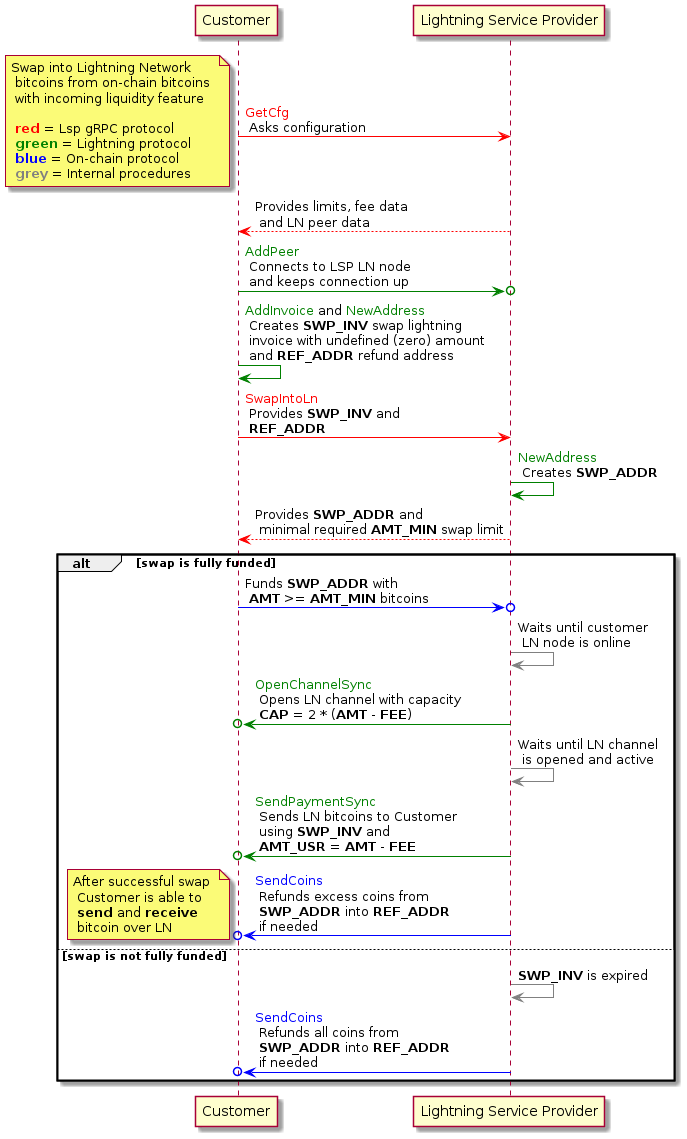
Before: btc-lsp/docs/plantuml/Lsp-Swap-Into-Ln.png, a diagram exported from PlantUML (coingaming/dev).
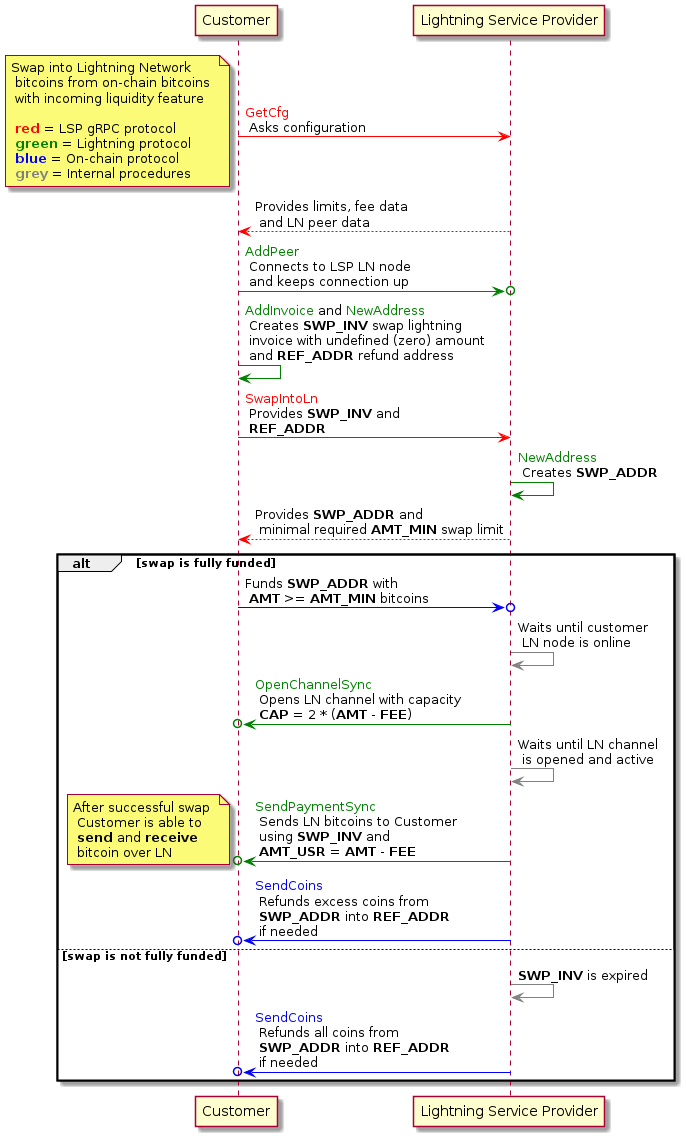
The same diagram one commit later.

Commit message:
fix diagrams and presentations slides

Diff of the diagram source:
```diff
@@ -1,31 +1,31 @@
 @startuml
 
 participant Customer
-participant "Lightning Service Provider" as Lsp
+participant "Lightning Service Provider" as LSP
 
-Customer -[#red]> Lsp: <color #red>GetCfg</color> \n Asks configuration
+Customer -[#red]> LSP: <color #red>GetCfg</color> \n Asks configuration
 
-note left: Swap into Lightning Network \n bitcoins from on-chain bitcoins \n with incoming liquidity feature \n\n <color #red>**red**</color> = Lsp gRPC protocol \n <color #green>**green**</color> = Lightning protocol \n <color #blue>**blue**</color> = On-chain protocol \n <color #grey>**grey**</color> = Internal procedures
+note left: Swap into Lightning Network \n bitcoins from on-chain bitcoins \n with incoming liquidity feature \n\n <color #red>**red**</color> = LSP gRPC protocol \n <color #green>**green**</color> = Lightning protocol \n <color #blue>**blue**</color> = On-chain protocol \n <color #grey>**grey**</color> = Internal procedures
 
-Lsp --[#red]> Customer: Provides limits, fee data \n and LN peer data
-Customer -[#green]>o Lsp: <color #green>AddPeer</color> \n Connects to LSP LN node \n and keeps connection up
+LSP --[#red]> Customer: Provides limits, fee data \n and LN peer data
+Customer -[#green]>o LSP: <color #green>AddPeer</color> \n Connects to LSP LN node \n and keeps connection up
 Customer -[#green]> Customer: <color #green>AddInvoice</color> and <color #green>NewAddress</color> \n Creates **SWP_INV** swap lightning \n invoice with undefined (zero) amount \n and **REF_ADDR** refund address
-Customer -[#red]> Lsp: <color #red>SwapIntoLn</color> \n Provides **SWP_INV** and \n **REF_ADDR**
-Lsp -[#green]> Lsp: <color #green>NewAddress</color> \n Creates **SWP_ADDR**
-Lsp --[#red]> Customer: Provides **SWP_ADDR** and \n minimal required **AMT_MIN** swap limit
+Customer -[#red]> LSP: <color #red>SwapIntoLn</color> \n Provides **SWP_INV** and \n **REF_ADDR**
+LSP -[#green]> LSP: <color #green>NewAddress</color> \n Creates **SWP_ADDR**
+LSP --[#red]> Customer: Provides **SWP_ADDR** and \n minimal required **AMT_MIN** swap limit
 
 alt swap is fully funded
-  Customer -[#blue]>o Lsp: Funds **SWP_ADDR** with \n **AMT** >= **AMT_MIN** bitcoins
-  Lsp -[#grey]> Lsp: Waits until customer \n LN node is online
-  Lsp -[#green]>o Customer: <color #green>OpenChannelSync</color> \n Opens LN channel with capacity \n **CAP** = 2 * (**AMT** - **FEE**)
-  Lsp -[#grey]> Lsp: Waits until LN channel \n is opened and active
-  Lsp -[#green]>o Customer: <color #green>SendPaymentSync</color> \n Sends LN bitcoins to Customer \n using **SWP_INV** and \n **AMT_USR** = **AMT** - **FEE**
-  Lsp -[#blue]>o Customer: <color #blue>SendCoins</color> \n Refunds excess coins from \n **SWP_ADDR** into **REF_ADDR** \n if needed
+  Customer -[#blue]>o LSP: Funds **SWP_ADDR** with \n **AMT** >= **AMT_MIN** bitcoins
+  LSP -[#grey]> LSP: Waits until customer \n LN node is online
+  LSP -[#green]>o Customer: <color #green>OpenChannelSync</color> \n Opens LN channel with capacity \n **CAP** = 2 * (**AMT** - **FEE**)
+  LSP -[#grey]> LSP: Waits until LN channel \n is opened and active
+  LSP -[#green]>o Customer: <color #green>SendPaymentSync</color> \n Sends LN bitcoins to Customer \n using **SWP_INV** and \n **AMT_USR** = **AMT** - **FEE**
   note left: After successful swap \n Customer is able to \n **send** and **receive** \n bitcoin over LN
+  LSP -[#blue]>o Customer: <color #blue>SendCoins</color> \n Refunds excess coins from \n **SWP_ADDR** into **REF_ADDR** \n if needed
 
 else swap is not fully funded
-  Lsp -[#grey]> Lsp: **SWP_INV** is expired
-  Lsp -[#blue]>o Customer: <color #blue>SendCoins</color> \n Refunds all coins from \n **SWP_ADDR** into **REF_ADDR** \n if needed
+  LSP -[#grey]> LSP: **SWP_INV** is expired
+  LSP -[#blue]>o Customer: <color #blue>SendCoins</color> \n Refunds all coins from \n **SWP_ADDR** into **REF_ADDR** \n if needed
 end
 
 @enduml
```
